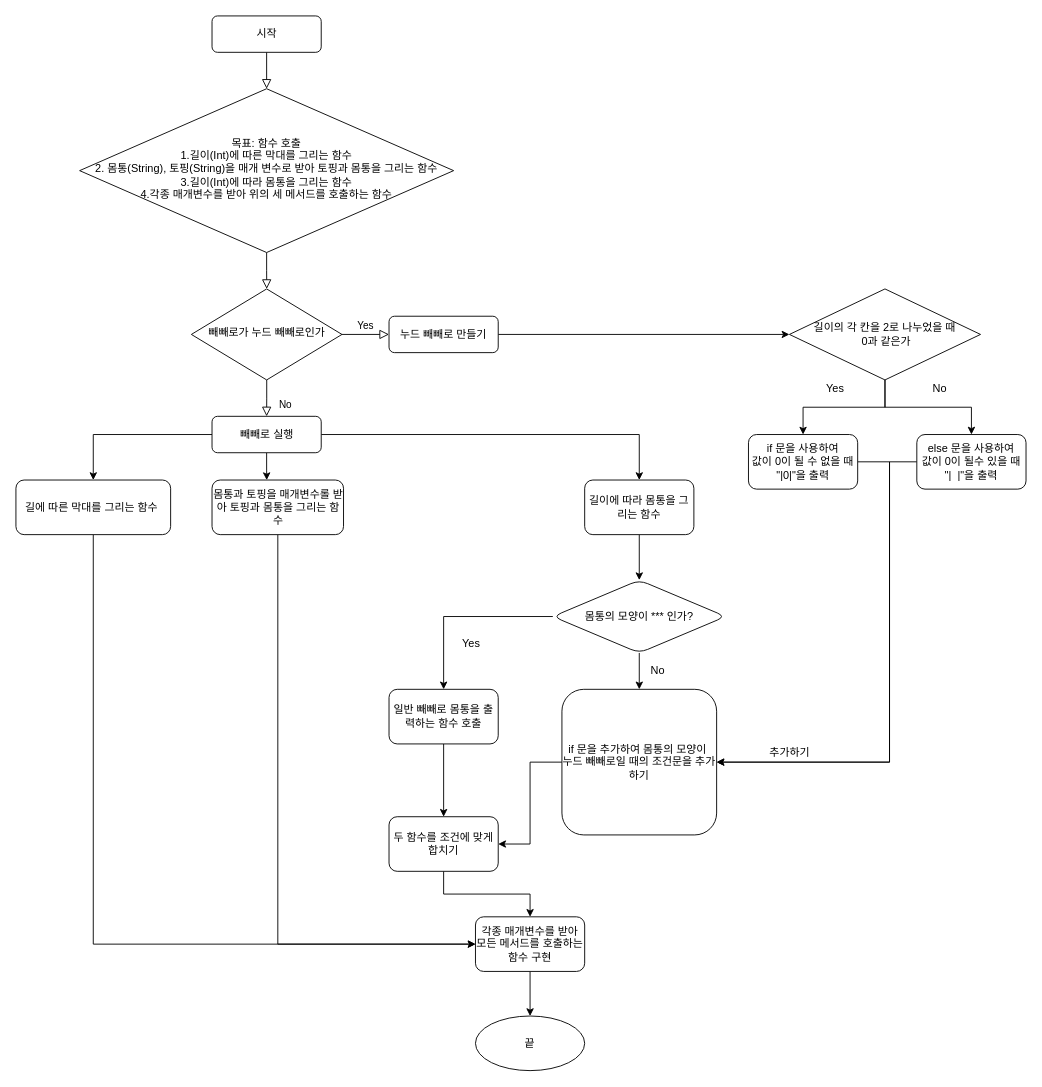
yagom-academy/swift-starter-Round1 keeps this draw.io diagram as Ppepero.drawio. Above is the earlier version. Source tidied: cells renumbered, new cells numbered last; positions are measured from the earlier drawing's top-left corner, leaving out a move shared by most shapes. Both pictures are drawn from the tidied source at 91%, with x=0, y=0 at pixel (15, 15).
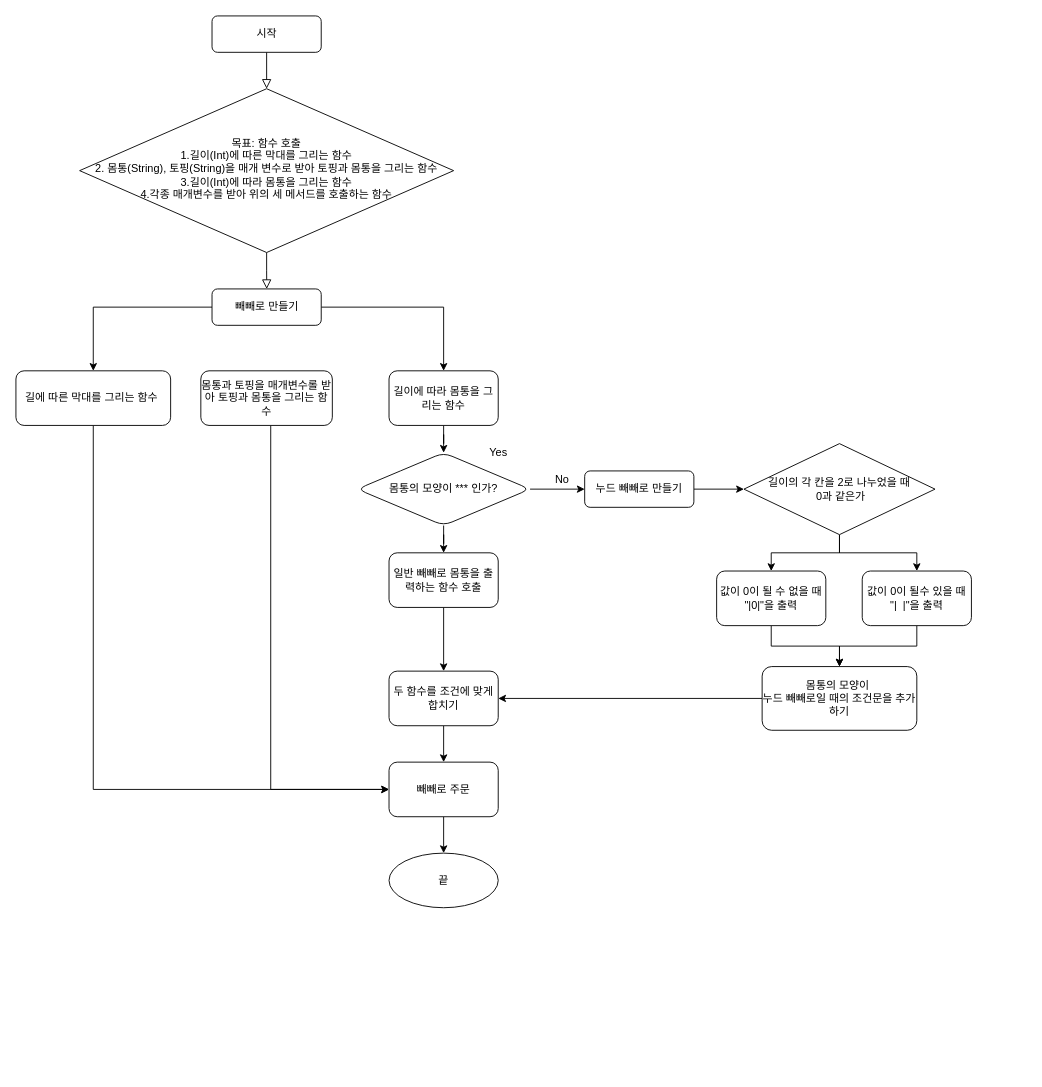
The same diagram, later.

Unchanged cells that the change refers to:
```xml
<mxCell id="5" value="목표: 함수 호출&lt;br&gt;1.길이(Int)에 따른 막대를 그리는 함수&lt;br&gt;2. 몸통(String), 토핑(String)을 매개 변수로 받아 토핑과 몸통을 그리는 함수&lt;br&gt;3.길이(Int)에 따라 몸통을 그리는 함수&lt;br&gt;4.각종 매개변수를 받아 위의 세 메서드를 호출하는 함수" style="rhombus;whiteSpace=wrap;html=1;shadow=0;fontFamily=Helvetica;fontSize=12;align=center;strokeWidth=1;spacing=6;spacingTop=-4;" parent="1" vertex="1">
  <mxGeometry x="70" y="80" width="411" height="180" as="geometry" />
</mxCell>
```

Change to the diagram source:
```diff
@@
-    <mxCell id="4" style="rounded=0;html=1;jettySize=auto;fontSize=11;endArrow=block;endFill=0;endSize=8;strokeWidth=1;shadow=0;labelBackgroundColor=none;edgeStyle=orthogonalEdgeStyle;" parent="1" edge="1" source="5" target="8">
-      <mxGeometry y="20" relative="1" as="geometry" />
+    <mxCell id="4" style="rounded=0;html=1;jettySize=auto;fontSize=11;endArrow=block;endFill=0;endSize=8;strokeWidth=1;shadow=0;labelBackgroundColor=none;edgeStyle=orthogonalEdgeStyle;" parent="1" edge="1" source="5">
+      <mxGeometry y="20" relative="1" as="geometry">
+        <mxPoint x="275.6" y="300.1" as="targetPoint" />
+      </mxGeometry>
     </mxCell>
@@
-    <mxCell id="6" value="No" style="rounded=0;html=1;jettySize=auto;fontSize=11;endArrow=block;endFill=0;endSize=8;strokeWidth=1;shadow=0;labelBackgroundColor=none;edgeStyle=orthogonalEdgeStyle;" parent="1" edge="1" source="8" target="12">
-      <mxGeometry x="0.33" y="20" relative="1" as="geometry" />
-    </mxCell>
-    <mxCell id="7" value="Yes" style="edgeStyle=orthogonalEdgeStyle;rounded=0;html=1;jettySize=auto;fontSize=11;endArrow=block;endFill=0;endSize=8;strokeWidth=1;shadow=0;labelBackgroundColor=none;" parent="1" edge="1" source="8" target="14">
-      <mxGeometry y="10" relative="1" as="geometry" />
-    </mxCell>
-    <mxCell id="8" value="빼빼로가 누드 빼빼로인가" style="rhombus;whiteSpace=wrap;html=1;shadow=0;fontFamily=Helvetica;fontSize=12;align=center;strokeWidth=1;spacing=6;spacingTop=-4;" parent="1" vertex="1">
-      <mxGeometry x="192.8" y="300" width="165.5" height="100" as="geometry" />
-    </mxCell>
-    <mxCell id="9" style="edgeStyle=orthogonalEdgeStyle;rounded=0;jettySize=auto;html=1;" parent="1" edge="1" source="12">
-      <mxGeometry relative="1" as="geometry">
-        <mxPoint x="275.6" y="510.1" as="targetPoint" />
-      </mxGeometry>
-    </mxCell>
@@
-    <mxCell id="12" value="빼빼로 실행" style="rounded=1;whiteSpace=wrap;html=1;fontSize=12;glass=0;strokeWidth=1;shadow=0;" parent="1" vertex="1">
-      <mxGeometry x="215.5" y="440" width="120" height="40" as="geometry" />
+    <mxCell id="12" value="빼빼로 만들기" style="rounded=1;whiteSpace=wrap;html=1;fontSize=12;glass=0;strokeWidth=1;shadow=0;" parent="1" vertex="1">
+      <mxGeometry x="215.5" y="300" width="120" height="40" as="geometry" />
     </mxCell>
@@
     <mxCell id="14" value="누드 빼빼로 만들기" style="rounded=1;whiteSpace=wrap;html=1;fontSize=12;glass=0;strokeWidth=1;shadow=0;" parent="1" vertex="1">
-      <mxGeometry x="410" y="330" width="120" height="40" as="geometry" />
+      <mxGeometry x="625" y="500" width="120" height="40" as="geometry" />
     </mxCell>
     <mxCell id="15" style="edgeStyle=orthogonalEdgeStyle;rounded=0;jettySize=auto;html=1;entryX=0;entryY=0.5;entryDx=0;entryDy=0;" parent="1" edge="1" source="16" target="43">
       <mxGeometry relative="1" as="geometry">
         <Array as="points">
-          <mxPoint x="288" y="1020" />
+          <mxPoint x="280" y="850" />
         </Array>
       </mxGeometry>
     </mxCell>
     <mxCell id="16" value="몸통과 토핑을 매개변수롤 받아 토핑과 몸통을 그리는 함수" style="rounded=1;whiteSpace=wrap;html=1;" parent="1" vertex="1">
-      <mxGeometry x="215.5" y="510" width="144.5" height="60" as="geometry" />
+      <mxGeometry x="203.2" y="390" width="144.5" height="60" as="geometry" />
     </mxCell>
     <mxCell id="17" style="edgeStyle=orthogonalEdgeStyle;rounded=0;jettySize=auto;html=1;entryX=0;entryY=0.5;entryDx=0;entryDy=0;" parent="1" edge="1" source="18" target="43">
       <mxGeometry relative="1" as="geometry">
         <Array as="points">
-          <mxPoint x="85" y="1020" />
+          <mxPoint x="85" y="850" />
         </Array>
       </mxGeometry>
     </mxCell>
     <mxCell id="18" value="길에 따른 막대를 그리는 함수&amp;nbsp;" style="whiteSpace=wrap;html=1;rounded=1;glass=0;strokeWidth=1;shadow=0;" parent="1" vertex="1">
-      <mxGeometry y="510" width="170" height="60" as="geometry" />
+      <mxGeometry y="390" width="170" height="60" as="geometry" />
     </mxCell>
@@
     <mxCell id="20" value="길이에 따라 몸통을 그리는 함수" style="whiteSpace=wrap;html=1;rounded=1;glass=0;strokeWidth=1;shadow=0;" parent="1" vertex="1">
-      <mxGeometry x="625" y="510" width="120" height="60" as="geometry" />
+      <mxGeometry x="410" y="390" width="120" height="60" as="geometry" />
     </mxCell>
@@
-    <mxCell id="22" style="edgeStyle=orthogonalEdgeStyle;rounded=0;jettySize=auto;html=1;" parent="1" edge="1" source="23" target="25">
+    <mxCell id="22" style="edgeStyle=orthogonalEdgeStyle;rounded=0;jettySize=auto;html=1;entryX=0.5;entryY=0;entryDx=0;entryDy=0;" parent="1" edge="1" source="23" target="25">
       <mxGeometry relative="1" as="geometry" />
     </mxCell>
     <mxCell id="23" value="길이의 각 칸을 2로 나누었을 때&lt;br&gt;&amp;nbsp;0과 같은가" style="rhombus;whiteSpace=wrap;html=1;" parent="1" vertex="1">
-      <mxGeometry x="850" y="300" width="210" height="100" as="geometry" />
+      <mxGeometry x="800" y="470" width="210" height="100" as="geometry" />
     </mxCell>
-    <mxCell id="24" style="edgeStyle=orthogonalEdgeStyle;rounded=0;jettySize=auto;html=1;entryX=1;entryY=0.5;entryDx=0;entryDy=0;" parent="1" edge="1" source="25" target="33">
-      <mxGeometry relative="1" as="geometry">
-        <Array as="points">
-          <mxPoint x="960" y="490" />
-          <mxPoint x="960" y="820" />
-        </Array>
-      </mxGeometry>
+    <mxCell id="24" style="edgeStyle=orthogonalEdgeStyle;rounded=0;jettySize=auto;html=1;" parent="1" edge="1" source="25" target="33">
+      <mxGeometry relative="1" as="geometry" />
     </mxCell>
-    <mxCell id="25" value="else 문을 사용하여&lt;br&gt;값이 0이 될수 있을 때&lt;br&gt;&quot;|&amp;nbsp; |&quot;을 출력" style="rounded=1;whiteSpace=wrap;html=1;" parent="1" vertex="1">
-      <mxGeometry x="990" y="460" width="120" height="60" as="geometry" />
+    <mxCell id="25" value="값이 0이 될수 있을 때&lt;br&gt;&quot;|&amp;nbsp; |&quot;을 출력" style="rounded=1;whiteSpace=wrap;html=1;" parent="1" vertex="1">
+      <mxGeometry x="930" y="610" width="120" height="60" as="geometry" />
     </mxCell>
-    <mxCell id="26" value="Yes" style="text;html=1;align=center;verticalAlign=middle;strokeColor=none;fillColor=none;" parent="1" vertex="1">
-      <mxGeometry x="880" y="400" width="40" height="20" as="geometry" />
-    </mxCell>
-    <mxCell id="27" value="No" style="text;html=1;align=center;verticalAlign=middle;strokeColor=none;fillColor=none;" parent="1" vertex="1">
-      <mxGeometry x="1000" y="400" width="30" height="20" as="geometry" />
-    </mxCell>
-    <mxCell id="28" style="edgeStyle=orthogonalEdgeStyle;rounded=0;jettySize=auto;html=1;" parent="1" edge="1" source="30" target="33">
-      <mxGeometry relative="1" as="geometry" />
-    </mxCell>
@@
+    <mxCell id="45" style="edgeStyle=orthogonalEdgeStyle;rounded=0;jettySize=auto;html=1;" parent="1" edge="1" source="30" target="14">
+      <mxGeometry relative="1" as="geometry" />
+    </mxCell>
     <mxCell id="30" value="몸통의 모양이 *** 인가?" style="rhombus;whiteSpace=wrap;html=1;rounded=1;glass=0;strokeWidth=1;shadow=0;" parent="1" vertex="1">
-      <mxGeometry x="590" y="620" width="190" height="80" as="geometry" />
+      <mxGeometry x="375" y="480" width="190" height="80" as="geometry" />
     </mxCell>
-    <mxCell id="31" value="No" style="text;html=1;align=center;verticalAlign=middle;strokeColor=none;fillColor=none;" parent="1" vertex="1">
-      <mxGeometry x="690" y="710" width="30" height="20" as="geometry" />
-    </mxCell>
@@
-    <mxCell id="33" value="if 문을 추가하여 몸통의 모양이&amp;nbsp;&lt;br&gt;누드 빼빼로일 때의 조건문을 추가하기" style="whiteSpace=wrap;html=1;rounded=1;glass=0;strokeWidth=1;shadow=0;" parent="1" vertex="1">
-      <mxGeometry x="600" y="740" width="170" height="160" as="geometry" />
+    <mxCell id="33" value="몸통의 모양이&amp;nbsp;&lt;br&gt;누드 빼빼로일 때의 조건문을 추가하기" style="whiteSpace=wrap;html=1;rounded=1;glass=0;strokeWidth=1;shadow=0;" parent="1" vertex="1">
+      <mxGeometry x="820" y="715" width="170" height="70" as="geometry" />
     </mxCell>
-    <mxCell id="34" style="edgeStyle=orthogonalEdgeStyle;rounded=0;jettySize=auto;html=1;entryX=1;entryY=0.5;entryDx=0;entryDy=0;" parent="1" edge="1" source="35" target="33">
-      <mxGeometry relative="1" as="geometry">
-        <Array as="points">
-          <mxPoint x="960" y="490" />
-          <mxPoint x="960" y="820" />
-        </Array>
-      </mxGeometry>
+    <mxCell id="34" style="edgeStyle=orthogonalEdgeStyle;rounded=0;jettySize=auto;html=1;" parent="1" edge="1" source="35" target="33">
+      <mxGeometry relative="1" as="geometry" />
     </mxCell>
-    <mxCell id="35" value="if 문을 사용하여&lt;br&gt;값이 0이 될 수 없을 때&lt;br&gt;&quot;|0|&quot;을 출력" style="rounded=1;whiteSpace=wrap;html=1;" parent="1" vertex="1">
-      <mxGeometry x="805" y="460" width="120" height="60" as="geometry" />
+    <mxCell id="35" value="값이 0이 될 수 없을 때&lt;br&gt;&quot;|0|&quot;을 출력" style="rounded=1;whiteSpace=wrap;html=1;" parent="1" vertex="1">
+      <mxGeometry x="770" y="610" width="120" height="60" as="geometry" />
     </mxCell>
@@
     <mxCell id="37" value="일반 빼빼로 몸통을 출력하는 함수 호출" style="whiteSpace=wrap;html=1;rounded=1;glass=0;strokeWidth=1;shadow=0;" parent="1" vertex="1">
-      <mxGeometry x="410" y="740" width="120" height="60" as="geometry" />
+      <mxGeometry x="410" y="590" width="120" height="60" as="geometry" />
     </mxCell>
     <mxCell id="38" value="Yes" style="text;html=1;align=center;verticalAlign=middle;strokeColor=none;fillColor=none;" parent="1" vertex="1">
-      <mxGeometry x="480" y="680" width="40" height="20" as="geometry" />
+      <mxGeometry x="510" y="470" width="40" height="20" as="geometry" />
     </mxCell>
-    <mxCell id="39" value="추가하기" style="text;html=1;align=center;verticalAlign=middle;strokeColor=none;fillColor=none;" parent="1" vertex="1">
-      <mxGeometry x="820" y="800" width="60" height="20" as="geometry" />
-    </mxCell>
@@
     <mxCell id="41" value="두 함수를 조건에 맞게 합치기" style="whiteSpace=wrap;html=1;rounded=1;glass=0;strokeWidth=1;shadow=0;" parent="1" vertex="1">
-      <mxGeometry x="410" y="880" width="120" height="60" as="geometry" />
+      <mxGeometry x="410" y="720" width="120" height="60" as="geometry" />
     </mxCell>
@@
-    <mxCell id="43" value="각종 매개변수를 받아 모든 메서드를 호출하는 함수 구현" style="whiteSpace=wrap;html=1;rounded=1;glass=0;strokeWidth=1;shadow=0;" parent="1" vertex="1">
-      <mxGeometry x="505" y="990" width="120" height="60" as="geometry" />
+    <mxCell id="43" value="빼빼로 주문" style="whiteSpace=wrap;html=1;rounded=1;glass=0;strokeWidth=1;shadow=0;" parent="1" vertex="1">
+      <mxGeometry x="410" y="820" width="120" height="60" as="geometry" />
     </mxCell>
     <mxCell id="44" value="끝" style="ellipse;whiteSpace=wrap;html=1;rounded=1;glass=0;strokeWidth=1;shadow=0;" parent="1" vertex="1">
-      <mxGeometry x="505" y="1099" width="120" height="60" as="geometry" />
+      <mxGeometry x="410" y="920" width="120" height="60" as="geometry" />
     </mxCell>
+    <mxCell id="46" value="No" style="text;html=1;align=center;verticalAlign=middle;strokeColor=none;fillColor=none;" parent="1" vertex="1">
+      <mxGeometry x="585" y="500" width="30" height="20" as="geometry" />
+    </mxCell>
```
